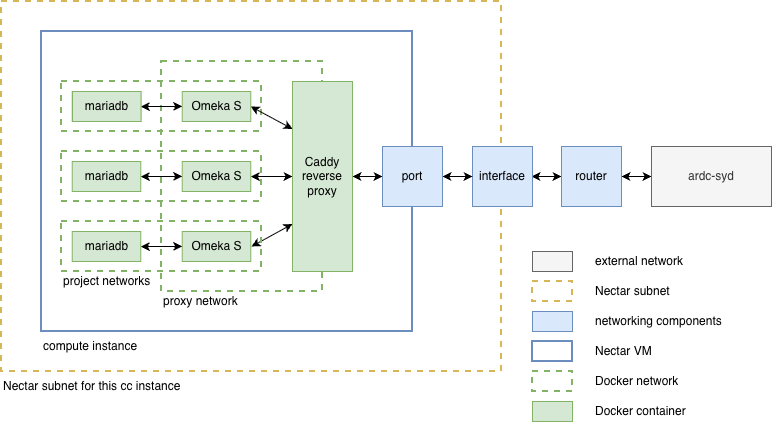
Earlier version of the draw.io export docs/release_2.drawio.png (Sydney-Informatics-Hub/curated-collections-terraform). Source tidied: cells renumbered, new cells last; positions are measured from the earlier drawing's top-left corner, leaving out a move shared by most shapes.
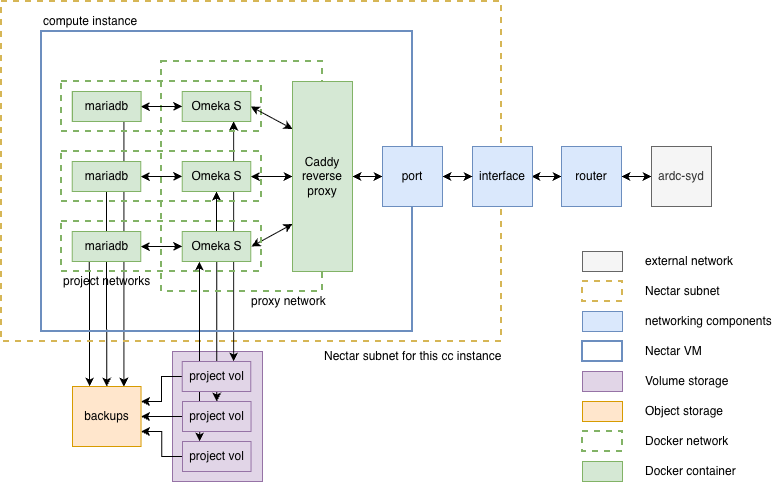
The same diagram one commit later.

Commit message:
updated the diagram to include storage

The edit, as a diff of the source:
```diff
@@ -2,9 +2,27 @@
   <root>
     <mxCell id="0" />
     <mxCell id="1" parent="0" />
+    <mxCell id="49" style="rounded=0;whiteSpace=wrap;html=1;fillColor=#e1d5e7;strokeColor=#9673a6;strokeWidth=1;" parent="1" vertex="1">
+      <mxGeometry x="171" y="350" width="90" height="130" as="geometry" />
+    </mxCell>
+    <mxCell id="50" style="edgeStyle=orthogonalEdgeStyle;rounded=0;jettySize=auto;html=1;exitX=0.25;exitY=1;exitDx=0;exitDy=0;entryX=0.25;entryY=0;entryDx=0;entryDy=0;" parent="1" edge="1" source="30" target="64">
+      <mxGeometry relative="1" as="geometry" />
+    </mxCell>
+    <mxCell id="51" style="edgeStyle=orthogonalEdgeStyle;rounded=0;jettySize=auto;html=1;exitX=0.5;exitY=1;exitDx=0;exitDy=0;" parent="1" edge="1" source="26" target="64">
+      <mxGeometry relative="1" as="geometry" />
+    </mxCell>
+    <mxCell id="52" style="edgeStyle=orthogonalEdgeStyle;rounded=0;jettySize=auto;html=1;exitX=0.75;exitY=1;exitDx=0;exitDy=0;entryX=0.75;entryY=0;entryDx=0;entryDy=0;" parent="1" edge="1" source="36" target="64">
+      <mxGeometry relative="1" as="geometry" />
+    </mxCell>
     <mxCell id="2" style="rounded=0;whiteSpace=wrap;html=1;fillColor=none;dashed=1;strokeColor=#d6b656;strokeWidth=2;" parent="1" vertex="1">
-      <mxGeometry width="500" height="370" as="geometry" />
+      <mxGeometry width="500" height="340" as="geometry" />
     </mxCell>
+    <mxCell id="53" style="edgeStyle=orthogonalEdgeStyle;rounded=0;jettySize=auto;html=1;exitX=0.5;exitY=0;exitDx=0;exitDy=0;entryX=0.5;entryY=1;entryDx=0;entryDy=0;startArrow=classic;startFill=1;" parent="1" edge="1" source="61" target="24">
+      <mxGeometry relative="1" as="geometry" />
+    </mxCell>
+    <mxCell id="54" style="edgeStyle=orthogonalEdgeStyle;rounded=0;jettySize=auto;html=1;exitX=0.75;exitY=0;exitDx=0;exitDy=0;entryX=0.75;entryY=1;entryDx=0;entryDy=0;startArrow=classic;startFill=1;" parent="1" edge="1" source="59" target="14">
+      <mxGeometry relative="1" as="geometry" />
+    </mxCell>
     <mxCell id="3" style="rounded=0;whiteSpace=wrap;html=1;fillColor=none;strokeColor=#6c8ebf;strokeWidth=2;" parent="1" vertex="1">
       <mxGeometry x="40" y="30" width="371" height="300" as="geometry" />
     </mxCell>
@@ -28,13 +46,13 @@
       </mxGeometry>
     </mxCell>
     <mxCell id="9" value="Nectar subnet for this cc instance" style="text;html=1;whiteSpace=wrap;strokeColor=none;fillColor=none;align=left;verticalAlign=middle;rounded=0;" parent="1" vertex="1">
-      <mxGeometry y="370" width="180.7" height="30" as="geometry" />
+      <mxGeometry x="320.6" y="340" width="180.7" height="30" as="geometry" />
     </mxCell>
     <mxCell id="10" value="ardc-syd" style="rounded=0;whiteSpace=wrap;html=1;fillColor=#f5f5f5;fontColor=#333333;strokeColor=#666666;" parent="1" vertex="1">
-      <mxGeometry x="650" y="145" width="120" height="60" as="geometry" />
+      <mxGeometry x="650" y="145" width="60" height="60" as="geometry" />
     </mxCell>
     <mxCell id="11" value="compute instance" style="text;html=1;whiteSpace=wrap;strokeColor=none;fillColor=none;align=left;verticalAlign=middle;rounded=0;" parent="1" vertex="1">
-      <mxGeometry x="40" y="330" width="99.3" height="30" as="geometry" />
+      <mxGeometry x="40" y="5" width="99.3" height="30" as="geometry" />
     </mxCell>
     <mxCell id="12" style="rounded=0;whiteSpace=wrap;html=1;fillColor=none;dashed=1;strokeColor=#82b366;strokeWidth=2;" parent="1" vertex="1">
       <mxGeometry x="160" y="60" width="161" height="230" as="geometry" />
@@ -78,15 +96,15 @@
     <mxCell id="23" style="rounded=0;whiteSpace=wrap;html=1;fillColor=none;dashed=1;strokeColor=#82b366;strokeWidth=2;" parent="1" vertex="1">
       <mxGeometry x="60" y="150" width="200" height="50" as="geometry" />
     </mxCell>
-    <mxCell id="24" value="Omeka S" style="rounded=0;whiteSpace=wrap;html=1;fillColor=#d5e8d4;strokeColor=#82b366;" parent="1" vertex="1">
-      <mxGeometry x="180.7" y="160" width="68.5" height="30" as="geometry" />
-    </mxCell>
     <mxCell id="25" style="edgeStyle=orthogonalEdgeStyle;rounded=0;jettySize=auto;html=1;exitX=1;exitY=0.5;exitDx=0;exitDy=0;startArrow=classic;startFill=1;" parent="1" edge="1" source="26" target="24">
       <mxGeometry relative="1" as="geometry" />
     </mxCell>
     <mxCell id="26" value="mariadb" style="rounded=0;whiteSpace=wrap;html=1;fillColor=#d5e8d4;strokeColor=#82b366;" parent="1" vertex="1">
       <mxGeometry x="70.7" y="160" width="68.5" height="30" as="geometry" />
     </mxCell>
+    <mxCell id="24" value="Omeka S" style="rounded=0;whiteSpace=wrap;html=1;fillColor=#d5e8d4;strokeColor=#82b366;" parent="1" vertex="1">
+      <mxGeometry x="180.7" y="160" width="68.5" height="30" as="geometry" />
+    </mxCell>
     <mxCell id="27" style="rounded=0;whiteSpace=wrap;html=1;fillColor=none;dashed=1;strokeColor=#82b366;strokeWidth=2;" parent="1" vertex="1">
       <mxGeometry x="60" y="220" width="200" height="50" as="geometry" />
     </mxCell>
@@ -100,16 +118,16 @@
       <mxGeometry x="70.7" y="230" width="68.5" height="30" as="geometry" />
     </mxCell>
     <mxCell id="31" value="proxy network" style="text;html=1;whiteSpace=wrap;strokeColor=none;fillColor=none;align=left;verticalAlign=middle;rounded=0;" parent="1" vertex="1">
-      <mxGeometry x="160" y="285" width="90" height="30" as="geometry" />
+      <mxGeometry x="248.3" y="285" width="90" height="30" as="geometry" />
     </mxCell>
     <mxCell id="32" value="project networks" style="text;html=1;whiteSpace=wrap;strokeColor=none;fillColor=none;align=left;verticalAlign=middle;rounded=0;" parent="1" vertex="1">
       <mxGeometry x="60" y="265" width="130" height="30" as="geometry" />
     </mxCell>
     <mxCell id="33" style="rounded=0;whiteSpace=wrap;html=1;fillColor=none;dashed=1;strokeColor=#d6b656;strokeWidth=2;" parent="1" vertex="1">
-      <mxGeometry x="531" y="280" width="40" height="20" as="geometry" />
+      <mxGeometry x="581" y="280" width="40" height="20" as="geometry" />
     </mxCell>
     <mxCell id="34" style="rounded=0;whiteSpace=wrap;html=1;fillColor=none;dashed=1;strokeColor=#82b366;strokeWidth=2;" parent="1" vertex="1">
-      <mxGeometry x="531" y="370" width="40" height="20" as="geometry" />
+      <mxGeometry x="581" y="430" width="40" height="20" as="geometry" />
     </mxCell>
     <mxCell id="35" value="interface" style="whiteSpace=wrap;html=1;fillColor=#dae8fc;strokeColor=#6c8ebf;" parent="1" vertex="1">
       <mxGeometry x="471" y="145" width="60" height="60" as="geometry" />
@@ -118,34 +136,34 @@
       <mxGeometry x="71" y="90" width="68.5" height="30" as="geometry" />
     </mxCell>
     <mxCell id="37" value="&lt;mxGraphModel&gt;&lt;root&gt;&lt;mxCell id=&quot;0&quot;/&gt;&lt;mxCell id=&quot;1&quot; parent=&quot;0&quot;/&gt;&lt;mxCell id=&quot;2&quot; parent=&quot;1&quot; style=&quot;rounded=0;whiteSpace=wrap;html=1;fillColor=#d5e8d4;strokeColor=#82b366;&quot; value=&quot;&amp;lt;mxGraphModel&amp;gt;&amp;lt;root&amp;gt;&amp;lt;mxCell id=&amp;quot;0&amp;quot;/&amp;gt;&amp;lt;mxCell id=&amp;quot;1&amp;quot; parent=&amp;quot;0&amp;quot;/&amp;gt;&amp;lt;mxCell id=&amp;quot;2&amp;quot; parent=&amp;quot;1&amp;quot; style=&amp;quot;rounded=0;whiteSpace=wrap;html=1;fillColor=#d5e8d4;strokeColor=#82b366;&amp;quot; value=&amp;quot;&amp;amp;lt;mxGraphModel&amp;amp;gt;&amp;amp;lt;root&amp;amp;gt;&amp;amp;lt;mxCell id=&amp;amp;quot;0&amp;amp;quot;/&amp;amp;gt;&amp;amp;lt;mxCell id=&amp;amp;quot;1&amp;amp;quot; parent=&amp;amp;quot;0&amp;amp;quot;/&amp;amp;gt;&amp;amp;lt;mxCell id=&amp;amp;quot;2&amp;amp;quot; parent=&amp;amp;quot;1&amp;amp;quot; style=&amp;amp;quot;rounded=0;whiteSpace=wrap;html=1;fillColor=#d5e8d4;strokeColor=#82b366;&amp;amp;quot; value=&amp;amp;quot;&amp;amp;amp;lt;span style=&amp;amp;amp;quot;color: rgba(0, 0, 0, 0); font-family: monospace; font-size: 0px; text-align: start; white-space: nowrap;&amp;amp;amp;quot;&amp;amp;amp;gt;%3CmxGraphModel%3E%3Croot%3E%3CmxCell%20id%3D%220%22%2F%3E%3CmxCell%20id%3D%221%22%20parent%3D%220%22%2F%3E%3CmxCell%20id%3D%222%22%20parent%3D%221%22%20style%3D%22rounded%3D0%3BwhiteSpace%3Dwrap%3Bhtml%3D1%3BfillColor%3D%23d5e8d4%3BstrokeColor%3D%2382b366%3B%22%20value%3D%22mariadb%22%20vertex%3D%221%22%3E%3CmxGeometry%20height%3D%2230%22%20width%3D%2268.54%22%20x%3D%22100%22%20y%3D%22110%22%20as%3D%22geometry%22%2F%3E%3C%2FmxCell%3E%3C%2Froot%3E%3C%2FmxGraphModel%3E" style="rounded=0;whiteSpace=wrap;html=1;fillColor=#d5e8d4;strokeColor=#82b366;" parent="1" vertex="1">
-      <mxGeometry x="531" y="400" width="40" height="20" as="geometry" />
+      <mxGeometry x="581" y="460" width="40" height="20" as="geometry" />
     </mxCell>
     <mxCell id="38" value="&lt;mxGraphModel&gt;&lt;root&gt;&lt;mxCell id=&quot;0&quot;/&gt;&lt;mxCell id=&quot;1&quot; parent=&quot;0&quot;/&gt;&lt;mxCell id=&quot;2&quot; parent=&quot;1&quot; style=&quot;rounded=0;whiteSpace=wrap;html=1;fillColor=#d5e8d4;strokeColor=#82b366;&quot; value=&quot;&amp;lt;mxGraphModel&amp;gt;&amp;lt;root&amp;gt;&amp;lt;mxCell id=&amp;quot;0&amp;quot;/&amp;gt;&amp;lt;mxCell id=&amp;quot;1&amp;quot; parent=&amp;quot;0&amp;quot;/&amp;gt;&amp;lt;mxCell id=&amp;quot;2&amp;quot; parent=&amp;quot;1&amp;quot; style=&amp;quot;rounded=0;whiteSpace=wrap;html=1;fillColor=#d5e8d4;strokeColor=#82b366;&amp;quot; value=&amp;quot;&amp;amp;lt;mxGraphModel&amp;amp;gt;&amp;amp;lt;root&amp;amp;gt;&amp;amp;lt;mxCell id=&amp;amp;quot;0&amp;amp;quot;/&amp;amp;gt;&amp;amp;lt;mxCell id=&amp;amp;quot;1&amp;amp;quot; parent=&amp;amp;quot;0&amp;amp;quot;/&amp;amp;gt;&amp;amp;lt;mxCell id=&amp;amp;quot;2&amp;amp;quot; parent=&amp;amp;quot;1&amp;amp;quot; style=&amp;amp;quot;rounded=0;whiteSpace=wrap;html=1;fillColor=#d5e8d4;strokeColor=#82b366;&amp;amp;quot; value=&amp;amp;quot;&amp;amp;amp;lt;span style=&amp;amp;amp;quot;color: rgba(0, 0, 0, 0); font-family: monospace; font-size: 0px; text-align: start; white-space: nowrap;&amp;amp;amp;quot;&amp;amp;amp;gt;%3CmxGraphModel%3E%3Croot%3E%3CmxCell%20id%3D%220%22%2F%3E%3CmxCell%20id%3D%221%22%20parent%3D%220%22%2F%3E%3CmxCell%20id%3D%222%22%20parent%3D%221%22%20style%3D%22rounded%3D0%3BwhiteSpace%3Dwrap%3Bhtml%3D1%3BfillColor%3D%23d5e8d4%3BstrokeColor%3D%2382b366%3B%22%20value%3D%22mariadb%22%20vertex%3D%221%22%3E%3CmxGeometry%20height%3D%2230%22%20width%3D%2268.54%22%20x%3D%22100%22%20y%3D%22110%22%20as%3D%22geometry%22%2F%3E%3C%2FmxCell%3E%3C%2Froot%3E%3C%2FmxGraphModel%3E" style="rounded=0;whiteSpace=wrap;html=1;fillColor=#dae8fc;strokeColor=#6c8ebf;" parent="1" vertex="1">
-      <mxGeometry x="531" y="310" width="40" height="20" as="geometry" />
+      <mxGeometry x="581" y="310" width="40" height="20" as="geometry" />
     </mxCell>
     <mxCell id="39" style="rounded=0;whiteSpace=wrap;html=1;fillColor=none;strokeColor=#6c8ebf;strokeWidth=2;" parent="1" vertex="1">
-      <mxGeometry x="531" y="340" width="40" height="20" as="geometry" />
+      <mxGeometry x="581" y="340" width="40" height="20" as="geometry" />
     </mxCell>
     <mxCell id="40" style="rounded=0;whiteSpace=wrap;html=1;fillColor=#f5f5f5;fontColor=#333333;strokeColor=#666666;" parent="1" vertex="1">
-      <mxGeometry x="531" y="250" width="40" height="20" as="geometry" />
+      <mxGeometry x="581" y="250" width="40" height="20" as="geometry" />
     </mxCell>
     <mxCell id="41" value="external network" style="text;html=1;whiteSpace=wrap;strokeColor=none;fillColor=none;align=left;verticalAlign=middle;rounded=0;" parent="1" vertex="1">
-      <mxGeometry x="592" y="250" width="99.3" height="20" as="geometry" />
+      <mxGeometry x="642" y="250" width="99.3" height="20" as="geometry" />
     </mxCell>
     <mxCell id="42" value="Nectar subnet" style="text;html=1;whiteSpace=wrap;strokeColor=none;fillColor=none;align=left;verticalAlign=middle;rounded=0;" parent="1" vertex="1">
-      <mxGeometry x="592" y="280" width="99.3" height="20" as="geometry" />
+      <mxGeometry x="642" y="280" width="99.3" height="20" as="geometry" />
     </mxCell>
     <mxCell id="43" value="Docker network" style="text;html=1;whiteSpace=wrap;strokeColor=none;fillColor=none;align=left;verticalAlign=middle;rounded=0;" parent="1" vertex="1">
-      <mxGeometry x="592" y="370" width="99.3" height="20" as="geometry" />
+      <mxGeometry x="642" y="430" width="99.3" height="20" as="geometry" />
     </mxCell>
     <mxCell id="44" value="Nectar VM" style="text;html=1;whiteSpace=wrap;strokeColor=none;fillColor=none;align=left;verticalAlign=middle;rounded=0;" parent="1" vertex="1">
-      <mxGeometry x="592" y="340" width="99.3" height="20" as="geometry" />
+      <mxGeometry x="642" y="340" width="99.3" height="20" as="geometry" />
     </mxCell>
     <mxCell id="45" value="networking components" style="text;html=1;whiteSpace=wrap;strokeColor=none;fillColor=none;align=left;verticalAlign=middle;rounded=0;" parent="1" vertex="1">
-      <mxGeometry x="592" y="310" width="130" height="20" as="geometry" />
+      <mxGeometry x="642" y="310" width="130" height="20" as="geometry" />
     </mxCell>
     <mxCell id="46" value="Docker container" style="text;html=1;whiteSpace=wrap;strokeColor=none;fillColor=none;align=left;verticalAlign=middle;rounded=0;" parent="1" vertex="1">
-      <mxGeometry x="592" y="400" width="99.3" height="20" as="geometry" />
+      <mxGeometry x="642" y="460" width="99.3" height="20" as="geometry" />
     </mxCell>
     <mxCell id="47" style="edgeStyle=orthogonalEdgeStyle;rounded=0;jettySize=auto;html=1;exitX=1;exitY=0.5;exitDx=0;exitDy=0;entryX=0;entryY=0.5;entryDx=0;entryDy=0;startArrow=classic;startFill=1;" parent="1" edge="1" source="48" target="35">
       <mxGeometry relative="1" as="geometry" />
@@ -153,5 +171,41 @@
     <mxCell id="48" value="port" style="whiteSpace=wrap;html=1;fillColor=#dae8fc;strokeColor=#6c8ebf;" parent="1" vertex="1">
       <mxGeometry x="381" y="145" width="60" height="60" as="geometry" />
     </mxCell>
+    <mxCell id="55" style="rounded=0;whiteSpace=wrap;html=1;fillColor=#e1d5e7;strokeColor=#9673a6;strokeWidth=1;" parent="1" vertex="1">
+      <mxGeometry x="581" y="370" width="40" height="20" as="geometry" />
+    </mxCell>
+    <mxCell id="56" value="Volume storage" style="text;html=1;whiteSpace=wrap;strokeColor=none;fillColor=none;align=left;verticalAlign=middle;rounded=0;" parent="1" vertex="1">
+      <mxGeometry x="642" y="370" width="99.3" height="20" as="geometry" />
+    </mxCell>
+    <mxCell id="57" style="edgeStyle=orthogonalEdgeStyle;rounded=0;jettySize=auto;html=1;exitX=0.25;exitY=0;exitDx=0;exitDy=0;entryX=0.25;entryY=1;entryDx=0;entryDy=0;startArrow=classic;startFill=1;" parent="1" edge="1" source="63" target="28">
+      <mxGeometry relative="1" as="geometry" />
+    </mxCell>
+    <mxCell id="58" style="edgeStyle=orthogonalEdgeStyle;rounded=0;jettySize=auto;html=1;exitX=0;exitY=0.5;exitDx=0;exitDy=0;entryX=1;entryY=0.25;entryDx=0;entryDy=0;" parent="1" edge="1" source="59" target="64">
+      <mxGeometry relative="1" as="geometry" />
+    </mxCell>
+    <mxCell id="59" value="project vol" style="rounded=0;whiteSpace=wrap;html=1;fillColor=#e1d5e7;strokeColor=#9673a6;strokeWidth=1;" parent="1" vertex="1">
+      <mxGeometry x="180.7" y="360" width="68.5" height="30" as="geometry" />
+    </mxCell>
+    <mxCell id="60" style="edgeStyle=orthogonalEdgeStyle;rounded=0;jettySize=auto;html=1;exitX=0;exitY=0.5;exitDx=0;exitDy=0;" parent="1" edge="1" source="61" target="64">
+      <mxGeometry relative="1" as="geometry" />
+    </mxCell>
+    <mxCell id="61" value="project vol" style="rounded=0;whiteSpace=wrap;html=1;fillColor=#e1d5e7;strokeColor=#9673a6;strokeWidth=1;" parent="1" vertex="1">
+      <mxGeometry x="181" y="400" width="68.5" height="30" as="geometry" />
+    </mxCell>
+    <mxCell id="62" style="edgeStyle=orthogonalEdgeStyle;rounded=0;jettySize=auto;html=1;exitX=0;exitY=0.5;exitDx=0;exitDy=0;entryX=1;entryY=0.75;entryDx=0;entryDy=0;" parent="1" edge="1" source="63" target="64">
+      <mxGeometry relative="1" as="geometry" />
+    </mxCell>
+    <mxCell id="63" value="project vol" style="rounded=0;whiteSpace=wrap;html=1;fillColor=#e1d5e7;strokeColor=#9673a6;strokeWidth=1;" parent="1" vertex="1">
+      <mxGeometry x="181" y="440" width="68.5" height="30" as="geometry" />
+    </mxCell>
+    <mxCell id="64" value="backups" style="rounded=0;whiteSpace=wrap;html=1;fillColor=#ffe6cc;strokeColor=#d79b00;" parent="1" vertex="1">
+      <mxGeometry x="71" y="385" width="68.5" height="60" as="geometry" />
+    </mxCell>
+    <mxCell id="65" style="rounded=0;whiteSpace=wrap;html=1;fillColor=#ffe6cc;strokeColor=#d79b00;strokeWidth=1;" parent="1" vertex="1">
+      <mxGeometry x="581" y="400" width="40" height="20" as="geometry" />
+    </mxCell>
+    <mxCell id="66" value="Object storage" style="text;html=1;whiteSpace=wrap;strokeColor=none;fillColor=none;align=left;verticalAlign=middle;rounded=0;" parent="1" vertex="1">
+      <mxGeometry x="642" y="400" width="99.3" height="20" as="geometry" />
+    </mxCell>
   </root>
 </mxGraphModel>
```
